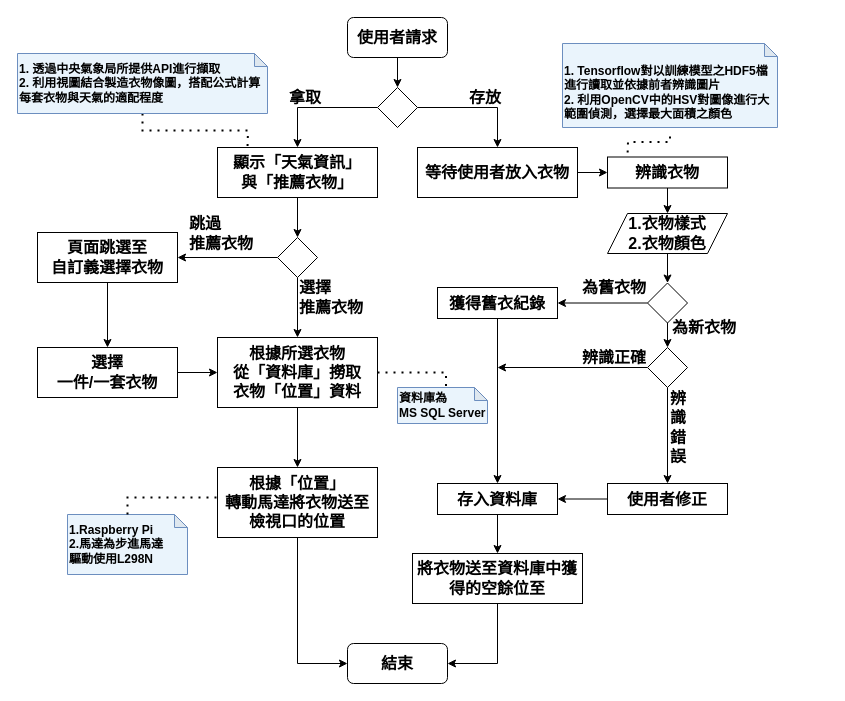
Before: page "軟體架構與流程" (5 of 10) of FileFolder/AIcloset_v2.drawio in Chrouos/Intelligence-Closet, a draw.io diagram. Source tidied: cells renumbered, new cells numbered last; positions are measured from the earlier drawing's top-left corner, leaving out a move shared by most shapes. Both pictures are drawn from the tidied source at 100%, with x=0, y=0 at pixel (17, 17).
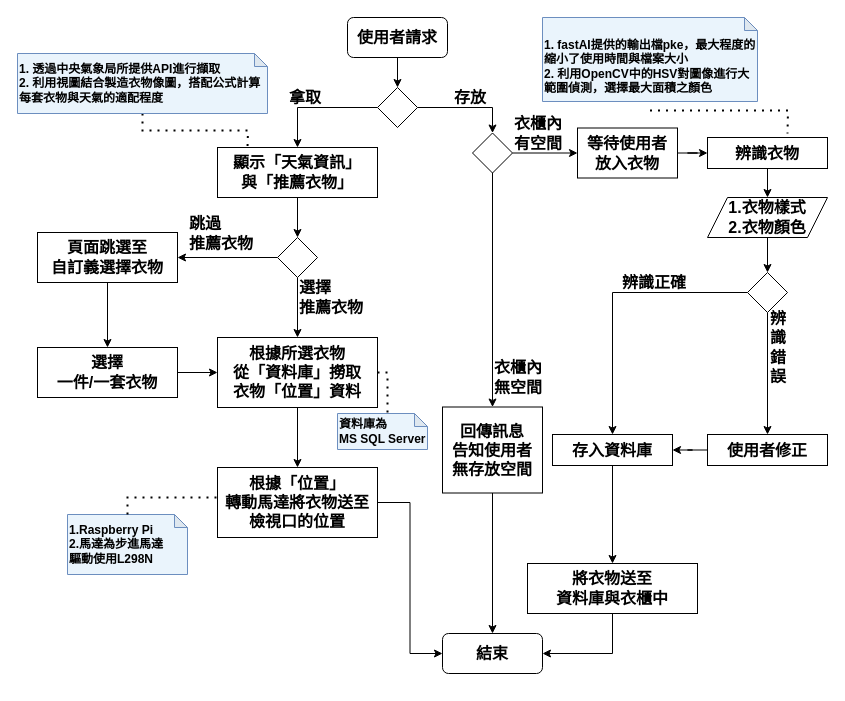
Above is the later version.

Unchanged cells that the change refers to:
```xml
<mxCell id="6" style="rhombus;whiteSpace=wrap;html=1;fontSize=16;" parent="1" vertex="1">
  <mxGeometry x="360" y="70" width="40" height="40" as="geometry" />
</mxCell>
```

Diff of the diagram source:
```diff
@@
-    <mxCell id="5" style="edgeStyle=orthogonalEdgeStyle;rounded=0;jettySize=auto;html=1;entryX=0.5;entryY=0;entryDx=0;entryDy=0;fontFamily=Helvetica;fontSize=16;" parent="1" edge="1" source="6" target="11">
-      <mxGeometry relative="1" as="geometry">
-        <Array as="points">
-          <mxPoint x="480" y="90" />
-        </Array>
-      </mxGeometry>
-    </mxCell>
+    <mxCell id="57" style="edgeStyle=orthogonalEdgeStyle;rounded=0;jettySize=auto;html=1;entryX=0.5;entryY=0;entryDx=0;entryDy=0;fontFamily=DFBiaoKaiShu-B5;" parent="1" edge="1" source="6" target="61">
+      <mxGeometry relative="1" as="geometry" />
+    </mxCell>
@@
-    <mxCell id="11" value="等待使用者放入衣物" style="rounded=0;whiteSpace=wrap;html=1;fontSize=16;fontFamily=標楷體;fontStyle=1;" parent="1" vertex="1">
-      <mxGeometry x="400" y="130" width="160" height="50" as="geometry" />
+    <mxCell id="11" value="等待使用者&lt;br&gt;放入衣物" style="rounded=0;whiteSpace=wrap;html=1;fontSize=16;fontFamily=標楷體;fontStyle=1;" parent="1" vertex="1">
+      <mxGeometry x="560" y="110.5" width="100" height="50" as="geometry" />
     </mxCell>
     <mxCell id="12" value="存放" style="text;html=1;align=left;verticalAlign=middle;strokeColor=none;fillColor=none;fontSize=16;fontFamily=標楷體;fontStyle=1;" parent="1" vertex="1">
-      <mxGeometry x="450" y="70" width="50" height="20" as="geometry" />
+      <mxGeometry x="435" y="70" width="50" height="20" as="geometry" />
     </mxCell>
@@
     <mxCell id="26" value="結束" style="rounded=1;whiteSpace=wrap;html=1;fontSize=16;fontFamily=標楷體;fontStyle=1;" parent="1" vertex="1">
-      <mxGeometry x="330" y="626" width="100" height="40" as="geometry" />
+      <mxGeometry x="425" y="616" width="100" height="40" as="geometry" />
     </mxCell>
@@
     <mxCell id="28" value="辨識衣物" style="rounded=0;whiteSpace=wrap;html=1;fontSize=16;fontFamily=標楷體;fontStyle=1;" parent="1" vertex="1">
-      <mxGeometry x="590" y="139.5" width="120" height="31" as="geometry" />
+      <mxGeometry x="690" y="120" width="120" height="31" as="geometry" />
     </mxCell>
-    <mxCell id="29" style="edgeStyle=orthogonalEdgeStyle;rounded=0;jettySize=auto;html=1;entryX=0.5;entryY=0;entryDx=0;entryDy=0;fontFamily=標楷體;fontSize=16;" parent="1" edge="1" source="30" target="43">
-      <mxGeometry relative="1" as="geometry" />
-    </mxCell>
+    <mxCell id="58" style="edgeStyle=orthogonalEdgeStyle;rounded=0;jettySize=auto;html=1;entryX=0.5;entryY=0;entryDx=0;entryDy=0;fontFamily=DFBiaoKaiShu-B5;" parent="1" edge="1" source="30" target="33">
+      <mxGeometry relative="1" as="geometry" />
+    </mxCell>
     <mxCell id="30" value="1.衣物樣式&lt;br&gt;2.衣物顏色" style="shape=parallelogram;perimeter=parallelogramPerimeter;whiteSpace=wrap;html=1;fixedSize=1;fontFamily=標楷體;fontSize=16;align=center;rounded=0;fontStyle=1;" parent="1" vertex="1">
-      <mxGeometry x="590" y="196" width="120" height="40" as="geometry" />
+      <mxGeometry x="690" y="180" width="120" height="40" as="geometry" />
     </mxCell>
@@
-    <mxCell id="32" style="edgeStyle=orthogonalEdgeStyle;rounded=0;jettySize=auto;html=1;fontFamily=標楷體;fontSize=16;" parent="1" edge="1" source="33">
-      <mxGeometry relative="1" as="geometry">
-        <mxPoint x="480" y="350" as="targetPoint" />
-      </mxGeometry>
+    <mxCell id="32" style="edgeStyle=orthogonalEdgeStyle;rounded=0;jettySize=auto;html=1;fontFamily=標楷體;fontSize=16;entryX=0.5;entryY=0;entryDx=0;entryDy=0;" parent="1" edge="1" source="33" target="37">
+      <mxGeometry relative="1" as="geometry" />
     </mxCell>
     <mxCell id="33" style="rhombus;whiteSpace=wrap;html=1;fontSize=16;" parent="1" vertex="1">
-      <mxGeometry x="630" y="330" width="40" height="40" as="geometry" />
+      <mxGeometry x="730" y="255" width="40" height="40" as="geometry" />
     </mxCell>
@@
     <mxCell id="35" value="使用者修正" style="rounded=0;whiteSpace=wrap;html=1;fontSize=16;fontFamily=標楷體;fontStyle=1;" parent="1" vertex="1">
-      <mxGeometry x="590" y="466" width="120" height="31" as="geometry" />
+      <mxGeometry x="690" y="417" width="120" height="31" as="geometry" />
     </mxCell>
@@
     <mxCell id="37" value="存入資料庫" style="rounded=0;whiteSpace=wrap;html=1;fontSize=16;fontFamily=標楷體;fontStyle=1;" parent="1" vertex="1">
-      <mxGeometry x="420" y="466" width="120" height="31" as="geometry" />
+      <mxGeometry x="535" y="417" width="120" height="31" as="geometry" />
     </mxCell>
-    <mxCell id="38" style="edgeStyle=orthogonalEdgeStyle;rounded=0;jettySize=auto;html=1;fontFamily=標楷體;fontSize=16;" parent="1" edge="1" source="39" target="37">
-      <mxGeometry relative="1" as="geometry" />
-    </mxCell>
-    <mxCell id="39" value="獲得舊衣紀錄" style="rounded=0;whiteSpace=wrap;html=1;fontSize=16;fontFamily=標楷體;fontStyle=1;" parent="1" vertex="1">
-      <mxGeometry x="420" y="270" width="120" height="31" as="geometry" />
-    </mxCell>
-    <mxCell id="40" value="為舊衣物" style="text;html=1;align=right;verticalAlign=middle;strokeColor=none;fillColor=none;fontSize=16;fontFamily=標楷體;fontStyle=1;" parent="1" vertex="1">
-      <mxGeometry x="550" y="260" width="80" height="20" as="geometry" />
-    </mxCell>
-    <mxCell id="41" style="edgeStyle=orthogonalEdgeStyle;rounded=0;jettySize=auto;html=1;entryX=1;entryY=0.5;entryDx=0;entryDy=0;fontFamily=標楷體;fontSize=16;" parent="1" edge="1" source="43" target="39">
-      <mxGeometry relative="1" as="geometry" />
-    </mxCell>
-    <mxCell id="42" style="edgeStyle=orthogonalEdgeStyle;rounded=0;jettySize=auto;html=1;entryX=0.5;entryY=0;entryDx=0;entryDy=0;fontFamily=標楷體;fontSize=16;" parent="1" edge="1" source="43" target="33">
-      <mxGeometry relative="1" as="geometry" />
-    </mxCell>
-    <mxCell id="43" style="rhombus;whiteSpace=wrap;html=1;fontSize=16;" parent="1" vertex="1">
-      <mxGeometry x="630" y="265.5" width="40" height="40" as="geometry" />
-    </mxCell>
-    <mxCell id="44" value="為新衣物" style="text;html=1;align=right;verticalAlign=middle;strokeColor=none;fillColor=none;fontSize=16;fontFamily=標楷體;fontStyle=1;" parent="1" vertex="1">
-      <mxGeometry x="640" y="300" width="80" height="20" as="geometry" />
-    </mxCell>
     <mxCell id="45" value="辨識正確" style="text;html=1;align=right;verticalAlign=middle;strokeColor=none;fillColor=none;fontSize=16;fontFamily=標楷體;fontStyle=1;" parent="1" vertex="1">
-      <mxGeometry x="550" y="330" width="80" height="20" as="geometry" />
+      <mxGeometry x="590" y="255" width="80" height="20" as="geometry" />
     </mxCell>
     <mxCell id="46" value="辨&lt;br&gt;識&lt;br&gt;錯&lt;br&gt;誤" style="text;html=1;align=right;verticalAlign=middle;strokeColor=none;fillColor=none;fontSize=16;fontFamily=標楷體;fontStyle=1;" parent="1" vertex="1">
-      <mxGeometry x="640" y="370" width="30" height="80" as="geometry" />
+      <mxGeometry x="740" y="290" width="30" height="80" as="geometry" />
     </mxCell>
@@
     <mxCell id="49" style="endArrow=none;dashed=1;html=1;dashPattern=1 3;strokeWidth=2;rounded=0;fontFamily=標楷體;fontSize=16;edgeStyle=orthogonalEdgeStyle;exitX=0.5;exitY=1.107;exitDx=0;exitDy=0;exitPerimeter=0;" parent="1" edge="1" source="50">
       <mxGeometry relative="1" as="geometry">
-        <mxPoint x="610" y="139" as="targetPoint" />
+        <mxPoint x="770" y="116" as="targetPoint" />
       </mxGeometry>
     </mxCell>
-    <mxCell id="50" value="&lt;br&gt;1. Tensorflow對以訓練模型之HDF5檔進行讀取並依據前者辨識圖片&lt;br&gt;2. 利用OpenCV中的HSV對圖像進行大範圍偵測，選擇最大面積之顏色" style="shape=note;whiteSpace=wrap;html=1;backgroundOutline=1;darkOpacity=0.05;fontFamily=標楷體;fontSize=12;align=left;size=13;rounded=0;fontStyle=1;fillColor=#EAF4FC;strokeColor=#6c8ebf;" parent="1" vertex="1">
-      <mxGeometry x="545" y="26" width="215" height="84" as="geometry" />
+    <mxCell id="50" value="&lt;br&gt;1. fastAI提供的輸出檔pke，最大程度的縮小了使用時間與檔案大小&lt;br&gt;2. 利用OpenCV中的HSV對圖像進行大範圍偵測，選擇最大面積之顏色" style="shape=note;whiteSpace=wrap;html=1;backgroundOutline=1;darkOpacity=0.05;fontFamily=標楷體;fontSize=12;align=left;size=13;rounded=0;fontStyle=1;fillColor=#EAF4FC;strokeColor=#6c8ebf;" parent="1" vertex="1">
+      <mxGeometry x="525" width="215" height="84" as="geometry" />
     </mxCell>
@@
-    <mxCell id="52" value="將衣物送至資料庫中獲得的空餘位至&lt;br&gt;" style="rounded=0;whiteSpace=wrap;html=1;fontSize=16;fontFamily=標楷體;fontStyle=1;" parent="1" vertex="1">
-      <mxGeometry x="395" y="536" width="170" height="50" as="geometry" />
+    <mxCell id="52" value="將衣物送至&lt;br&gt;資料庫與衣櫃中" style="rounded=0;whiteSpace=wrap;html=1;fontSize=16;fontFamily=標楷體;fontStyle=1;" parent="1" vertex="1">
+      <mxGeometry x="510" y="546" width="170" height="50" as="geometry" />
     </mxCell>
@@
     <mxCell id="56" value="資料庫為&lt;br&gt;MS SQL Server" style="shape=note;whiteSpace=wrap;html=1;backgroundOutline=1;darkOpacity=0.05;fontFamily=標楷體;fontSize=12;align=left;size=13;rounded=0;fontStyle=1;fillColor=#EAF4FC;strokeColor=#6c8ebf;fontColor=#000000;" parent="1" vertex="1">
-      <mxGeometry x="380" y="370" width="90" height="36" as="geometry" />
+      <mxGeometry x="320" y="396" width="90" height="36" as="geometry" />
     </mxCell>
+    <mxCell id="59" style="edgeStyle=orthogonalEdgeStyle;rounded=0;jettySize=auto;html=1;entryX=0;entryY=0.5;entryDx=0;entryDy=0;fontFamily=DFBiaoKaiShu-B5;" parent="1" edge="1" source="61" target="11">
+      <mxGeometry relative="1" as="geometry" />
+    </mxCell>
+    <mxCell id="60" style="edgeStyle=orthogonalEdgeStyle;rounded=0;jettySize=auto;html=1;fontFamily=DFBiaoKaiShu-B5;" parent="1" edge="1" source="61" target="65">
+      <mxGeometry relative="1" as="geometry" />
+    </mxCell>
+    <mxCell id="61" style="rhombus;whiteSpace=wrap;html=1;fontSize=16;" parent="1" vertex="1">
+      <mxGeometry x="455" y="115.5" width="40" height="40" as="geometry" />
+    </mxCell>
+    <mxCell id="62" value="衣櫃內&lt;br&gt;有空間" style="text;html=1;align=left;verticalAlign=middle;strokeColor=none;fillColor=none;fontSize=16;fontFamily=標楷體;fontStyle=1;" parent="1" vertex="1">
+      <mxGeometry x="495" y="96" width="60" height="40" as="geometry" />
+    </mxCell>
+    <mxCell id="63" value="衣櫃內&lt;br&gt;無空間" style="text;html=1;align=left;verticalAlign=middle;strokeColor=none;fillColor=none;fontSize=16;fontFamily=標楷體;fontStyle=1;" parent="1" vertex="1">
+      <mxGeometry x="475" y="340" width="60" height="40" as="geometry" />
+    </mxCell>
+    <mxCell id="64" style="edgeStyle=orthogonalEdgeStyle;rounded=0;jettySize=auto;html=1;entryX=0.5;entryY=0;entryDx=0;entryDy=0;fontFamily=DFBiaoKaiShu-B5;" parent="1" edge="1" source="65" target="26">
+      <mxGeometry relative="1" as="geometry" />
+    </mxCell>
+    <mxCell id="65" value="回傳訊息&lt;br&gt;告知使用者&lt;br&gt;無存放空間" style="rounded=0;whiteSpace=wrap;html=1;fontSize=16;fontFamily=標楷體;fontStyle=1;" parent="1" vertex="1">
+      <mxGeometry x="425" y="389.5" width="100" height="86" as="geometry" />
+    </mxCell>
```
